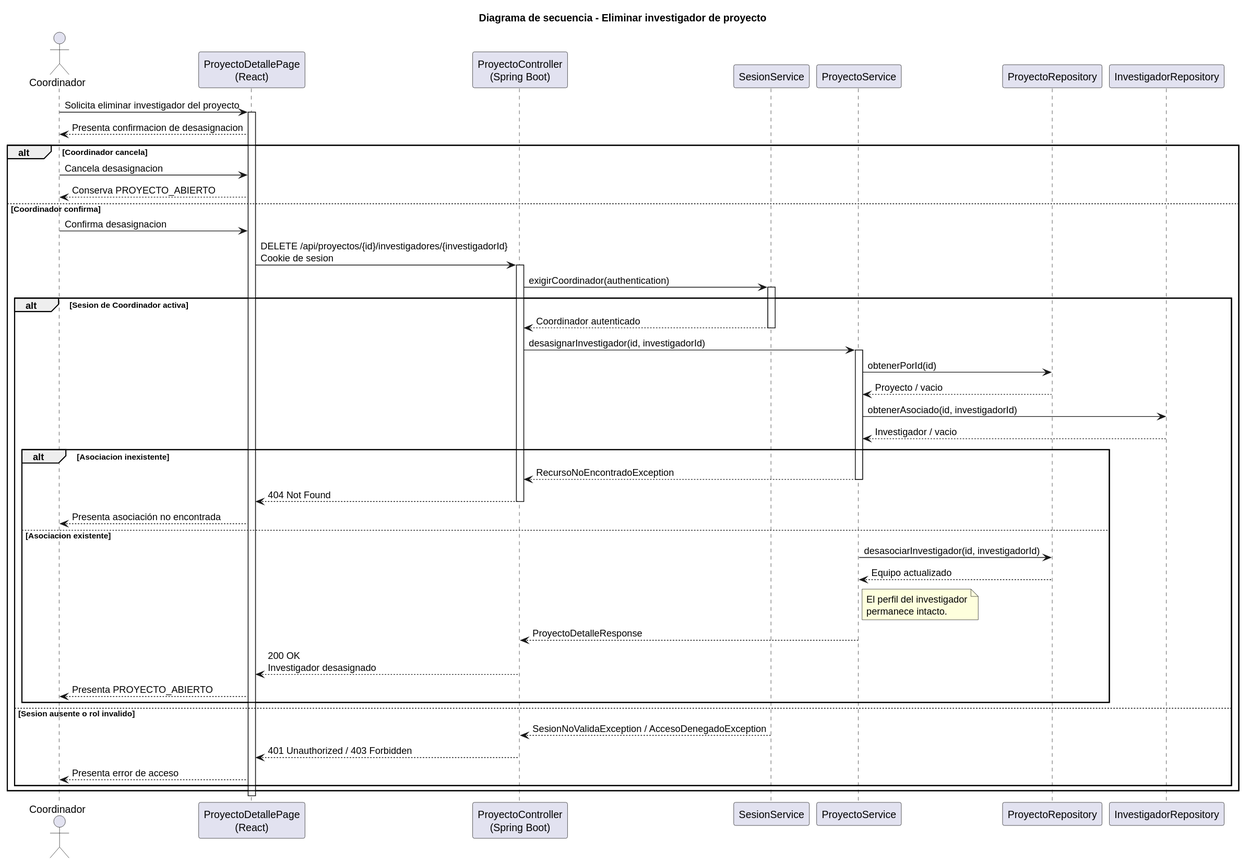
This is images/RUP/02-diseño/casos-uso/coordinador/eliminarInvestigador/secuencia.svg from beatriizorozco/25-26-idsw2-sdVC, a PlantUML export, as it was before one commit.
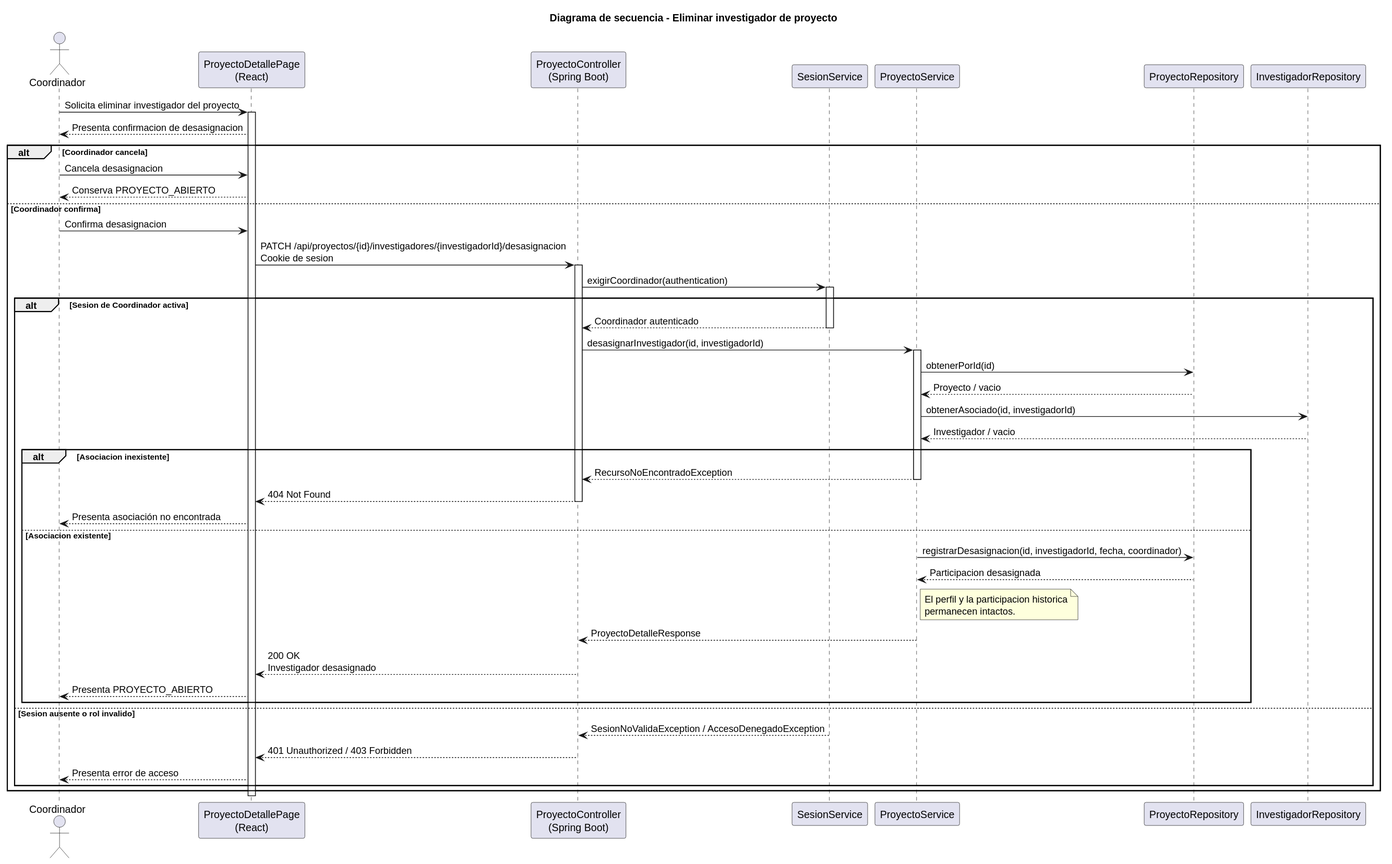
After the change.

Diff of the diagram source:
```diff
@@ -17,7 +17,7 @@
     Frontend --> Coordinador: Conserva PROYECTO_ABIERTO
 else Coordinador confirma
     Coordinador -> Frontend: Confirma desasignacion
-    Frontend -> Api: DELETE /api/proyectos/{id}/investigadores/{investigadorId}\nCookie de sesion
+    Frontend -> Api: PATCH /api/proyectos/{id}/investigadores/{investigadorId}/desasignacion\nCookie de sesion
     activate Api
     Api -> Sesion: exigirCoordinador(authentication)
     activate Sesion
@@ -37,11 +37,11 @@
             deactivate Api
             Frontend --> Coordinador: Presenta asociación no encontrada
         else Asociacion existente
-            Service -> Repo: desasociarInvestigador(id, investigadorId)
-            Repo --> Service: Equipo actualizado
+            Service -> Repo: registrarDesasignacion(id, investigadorId, fecha, coordinador)
+            Repo --> Service: Participacion desasignada
             note right of Service
-            El perfil del investigador
-            permanece intacto.
+            El perfil y la participacion historica
+            permanecen intactos.
             end note
             Service --> Api: ProyectoDetalleResponse
             deactivate Service
```
